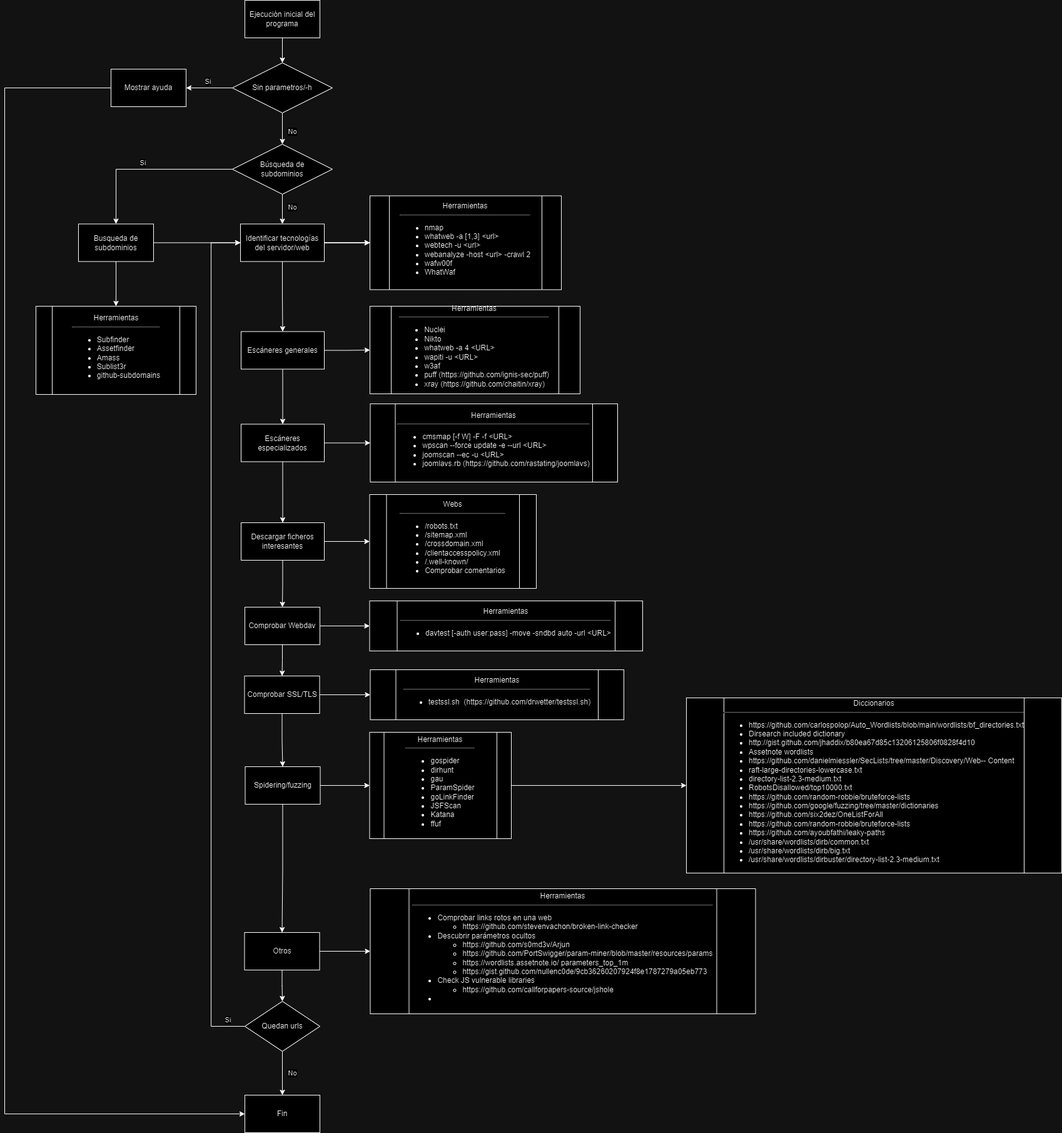
NecaX/EasyHack keeps this draw.io diagram as graphs/Frlujo programa.png. Above is the earlier version. Source tidied: cells renumbered, new cells last; positions are measured from the earlier drawing's top-left corner, leaving out a move shared by most shapes.
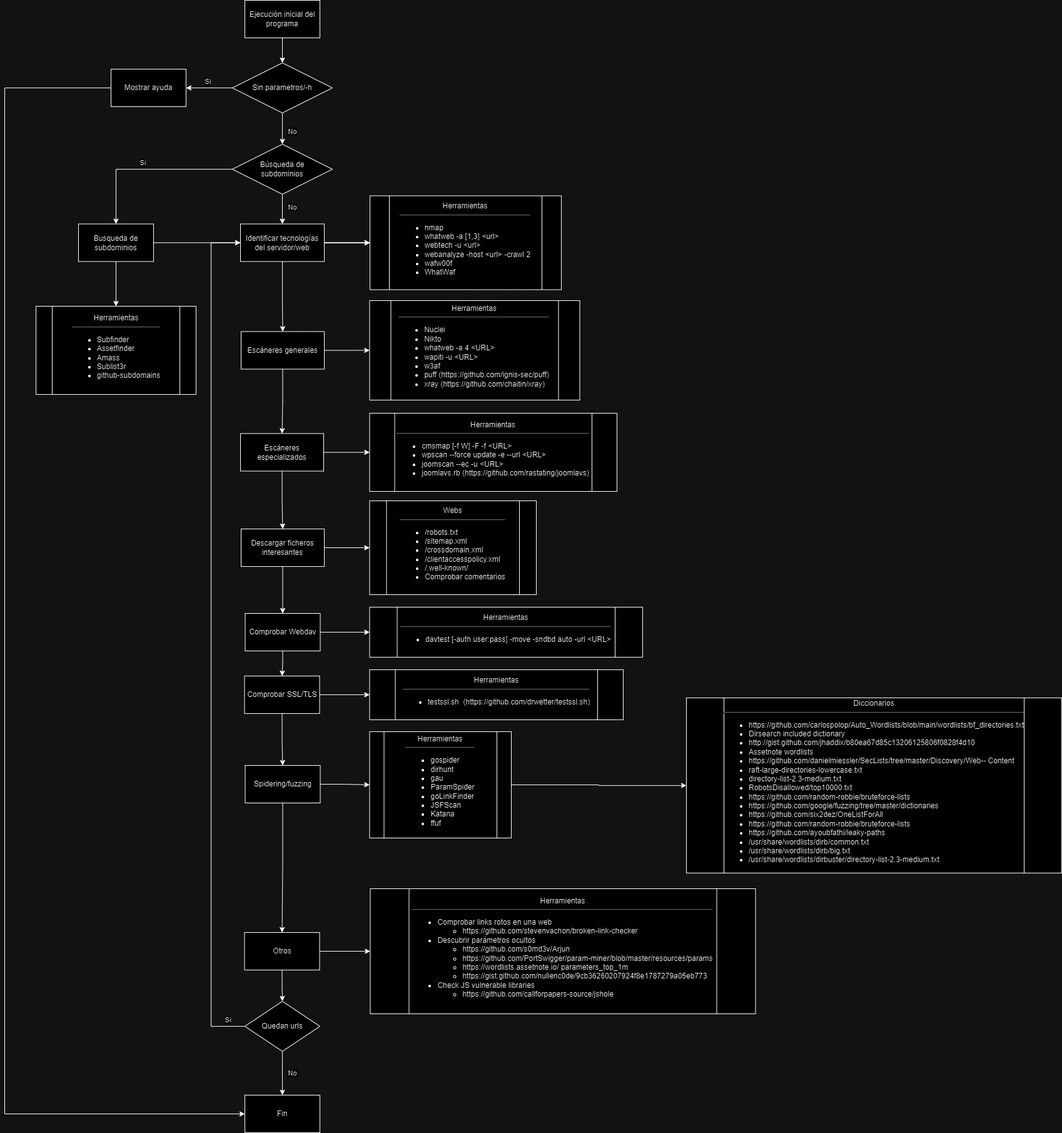
The same file after the commit.

What changed in the source:
```diff
@@ -56,7 +56,7 @@
       <mxGeometry x="378" y="529.5" width="133" height="60" as="geometry" />
     </mxCell>
     <mxCell id="18" value="Herramientas&lt;div&gt;&lt;hr&gt;&lt;/div&gt;&lt;div style=&quot;text-align: left; line-height: 120%;&quot;&gt;&lt;ul&gt;&lt;li&gt;&lt;font style=&quot;font-size: 12px;&quot;&gt;Nuclei&lt;/font&gt;&lt;/li&gt;&lt;li&gt;&lt;font style=&quot;font-size: 12px;&quot;&gt;Nikto&lt;/font&gt;&lt;/li&gt;&lt;li&gt;&lt;font style=&quot;font-size: 12px;&quot;&gt;whatweb -a 4&amp;nbsp;&lt;span style=&quot;background-color: initial;&quot;&gt;&amp;lt;URL&amp;gt;&lt;/span&gt;&lt;/font&gt;&lt;/li&gt;&lt;li&gt;&lt;font style=&quot;font-size: 12px;&quot;&gt;wapiti -u&amp;nbsp;&lt;span style=&quot;background-color: initial;&quot;&gt;&amp;lt;URL&amp;gt;&lt;/span&gt;&lt;/font&gt;&lt;/li&gt;&lt;li&gt;&lt;font style=&quot;font-size: 12px;&quot;&gt;w3af&amp;nbsp;&lt;/font&gt;&lt;/li&gt;&lt;li&gt;&lt;span style=&quot;background-color: initial;&quot;&gt;&lt;font style=&quot;font-size: 12px;&quot;&gt;puff (https://github.com/ignis-sec/puff)&lt;/font&gt;&lt;/span&gt;&lt;/li&gt;&lt;li&gt;&lt;span style=&quot;background-color: initial;&quot;&gt;&lt;font style=&quot;font-size: 12px;&quot;&gt;xray (https://github.com/chaitin/xray)&lt;/font&gt;&lt;/span&gt;&lt;/li&gt;&lt;/ul&gt;&lt;/div&gt;" style="shape=process;whiteSpace=wrap;html=1;backgroundOutline=1;" parent="1" vertex="1">
-      <mxGeometry x="584" y="489" width="336" height="140" as="geometry" />
+      <mxGeometry x="583.5" y="480" width="336" height="159" as="geometry" />
     </mxCell>
     <mxCell id="19" style="edgeStyle=orthogonalEdgeStyle;rounded=0;jettySize=auto;html=1;" parent="1" edge="1" source="21" target="22">
       <mxGeometry relative="1" as="geometry" />
@@ -65,10 +65,10 @@
       <mxGeometry relative="1" as="geometry" />
     </mxCell>
     <mxCell id="21" value="Escáneres especializados" style="whiteSpace=wrap;html=1;" parent="1" vertex="1">
-      <mxGeometry x="378" y="677.5" width="133" height="60" as="geometry" />
+      <mxGeometry x="377" y="692.5" width="133" height="60" as="geometry" />
     </mxCell>
     <mxCell id="22" value="Herramientas&lt;div&gt;&lt;hr&gt;&lt;/div&gt;&lt;span style=&quot;background-color: initial;&quot;&gt;&lt;div style=&quot;&quot;&gt;&lt;ul&gt;&lt;li style=&quot;text-align: left;&quot;&gt;&lt;span style=&quot;background-color: initial;&quot;&gt;cmsmap [-f W] -F -f &amp;lt;URL&amp;gt;&lt;/span&gt;&lt;/li&gt;&lt;li style=&quot;text-align: left;&quot;&gt;&lt;span style=&quot;background-color: initial;&quot;&gt;wpscan --force update -e --url&amp;nbsp;&lt;/span&gt;&lt;span style=&quot;background-color: initial;&quot;&gt;&amp;lt;URL&amp;gt;&lt;/span&gt;&lt;/li&gt;&lt;li style=&quot;text-align: left;&quot;&gt;&lt;span style=&quot;background-color: initial;&quot;&gt;joomscan --ec -u&amp;nbsp;&lt;/span&gt;&lt;span style=&quot;background-color: initial;&quot;&gt;&amp;lt;URL&amp;gt;&lt;/span&gt;&lt;/li&gt;&lt;li style=&quot;text-align: left;&quot;&gt;&lt;span style=&quot;background-color: initial;&quot;&gt;joomlavs.rb&lt;/span&gt;&amp;nbsp;(&lt;span style=&quot;background-color: initial;&quot;&gt;https://github.com/rastating/joomlavs)&lt;/span&gt;&lt;/li&gt;&lt;/ul&gt;&lt;/div&gt;&lt;/span&gt;" style="shape=process;whiteSpace=wrap;html=1;backgroundOutline=1;" parent="1" vertex="1">
-      <mxGeometry x="584.5" y="645" width="395.5" height="125" as="geometry" />
+      <mxGeometry x="583.5" y="660" width="395.5" height="125" as="geometry" />
     </mxCell>
     <mxCell id="23" style="edgeStyle=orthogonalEdgeStyle;rounded=0;jettySize=auto;html=1;" parent="1" edge="1" source="27" target="13">
       <mxGeometry relative="1" as="geometry" />
@@ -99,7 +99,7 @@
       <mxGeometry relative="1" as="geometry" />
     </mxCell>
     <mxCell id="31" value="Descargar ficheros interesantes" style="whiteSpace=wrap;html=1;" parent="1" vertex="1">
-      <mxGeometry x="378" y="835" width="133" height="60" as="geometry" />
+      <mxGeometry x="378" y="845" width="133" height="60" as="geometry" />
     </mxCell>
     <mxCell id="32" style="edgeStyle=orthogonalEdgeStyle;rounded=0;jettySize=auto;html=1;" parent="1" edge="1" source="34" target="35">
       <mxGeometry relative="1" as="geometry" />
@@ -114,7 +114,7 @@
       <mxGeometry x="50" y="489" width="256" height="141" as="geometry" />
     </mxCell>
     <mxCell id="36" value="Webs&lt;hr&gt;&lt;div style=&quot;text-align: left;&quot;&gt;&lt;ul&gt;&lt;li&gt;&lt;span style=&quot;background-color: initial;&quot;&gt;/robots.txt&lt;/span&gt;&lt;/li&gt;&lt;li&gt;/sitemap.xml&lt;/li&gt;&lt;li&gt;/crossdomain.xml&lt;/li&gt;&lt;li&gt;/&lt;span style=&quot;background-color: initial;&quot;&gt;clientaccesspolicy.xml&lt;/span&gt;&lt;/li&gt;&lt;li&gt;/.well-known/&lt;/li&gt;&lt;li&gt;Comprobar comentarios&lt;/li&gt;&lt;/ul&gt;&lt;/div&gt;" style="shape=process;whiteSpace=wrap;html=1;backgroundOutline=1;" parent="1" vertex="1">
-      <mxGeometry x="583.5" y="790" width="266.5" height="150" as="geometry" />
+      <mxGeometry x="583.5" y="800" width="266.5" height="150" as="geometry" />
     </mxCell>
     <mxCell id="37" style="edgeStyle=orthogonalEdgeStyle;rounded=0;jettySize=auto;html=1;" parent="1" edge="1" source="39" target="40">
       <mxGeometry relative="1" as="geometry" />
@@ -123,12 +123,12 @@
       <mxGeometry relative="1" as="geometry" />
     </mxCell>
     <mxCell id="39" value="Comprobar Webdav" style="whiteSpace=wrap;html=1;" parent="1" vertex="1">
-      <mxGeometry x="384" y="970" width="120" height="60" as="geometry" />
+      <mxGeometry x="384.5" y="980" width="120" height="60" as="geometry" />
     </mxCell>
     <mxCell id="40" value="Herramientas&lt;hr&gt;&lt;ul&gt;&lt;li&gt;davtest [-auth user:pass] -move -sndbd auto -url &amp;lt;URL&amp;gt;&lt;/li&gt;&lt;/ul&gt;" style="shape=process;whiteSpace=wrap;html=1;backgroundOutline=1;" parent="1" vertex="1">
-      <mxGeometry x="583.5" y="960" width="436.5" height="80" as="geometry" />
+      <mxGeometry x="583.5" y="970" width="436.5" height="80" as="geometry" />
     </mxCell>
-    <mxCell id="41" value="Herramientas&lt;hr&gt;&lt;div style=&quot;text-align: left;&quot;&gt;&lt;ul&gt;&lt;li&gt;&lt;span style=&quot;background-color: initial;&quot;&gt;Comprobar links rotos en una web&lt;/span&gt;&lt;/li&gt;&lt;ul&gt;&lt;li&gt;&lt;span style=&quot;background-color: initial;&quot;&gt;https://github.com/stevenvachon/broken-link-checker&lt;br&gt;&lt;/span&gt;&lt;/li&gt;&lt;/ul&gt;&lt;li&gt;&lt;span style=&quot;background-color: initial;&quot;&gt;Descubrir parámetros ocultos&lt;/span&gt;&lt;/li&gt;&lt;ul&gt;&lt;li&gt;https://github.com/s0md3v/Arjun&lt;br&gt;&lt;/li&gt;&lt;li&gt;https://github.com/PortSwigger/param-miner/blob/master/resources/params&lt;br&gt;&lt;/li&gt;&lt;li&gt;https://wordlists.assetnote.io/&amp;nbsp;parameters_top_1m&lt;br&gt;&lt;/li&gt;&lt;li&gt;https://gist.github.com/nullenc0de/9cb36260207924f8e1787279a05eb773&lt;br&gt;&lt;/li&gt;&lt;/ul&gt;&lt;li&gt;Check JS vulnerable libraries&lt;/li&gt;&lt;ul&gt;&lt;li&gt;https://github.com/callforpapers-source/jshole&lt;br&gt;&lt;/li&gt;&lt;/ul&gt;&lt;li&gt;&lt;br&gt;&lt;/li&gt;&lt;/ul&gt;&lt;/div&gt;" style="shape=process;whiteSpace=wrap;html=1;backgroundOutline=1;" parent="1" vertex="1">
+    <mxCell id="41" value="Herramientas&lt;hr&gt;&lt;div style=&quot;text-align: left;&quot;&gt;&lt;ul&gt;&lt;li&gt;&lt;span style=&quot;background-color: initial;&quot;&gt;Comprobar links rotos en una web&lt;/span&gt;&lt;/li&gt;&lt;ul&gt;&lt;li&gt;&lt;span style=&quot;background-color: initial;&quot;&gt;https://github.com/stevenvachon/broken-link-checker&lt;br&gt;&lt;/span&gt;&lt;/li&gt;&lt;/ul&gt;&lt;li&gt;&lt;span style=&quot;background-color: initial;&quot;&gt;Descubrir parámetros ocultos&lt;/span&gt;&lt;/li&gt;&lt;ul&gt;&lt;li&gt;https://github.com/s0md3v/Arjun&lt;br&gt;&lt;/li&gt;&lt;li&gt;https://github.com/PortSwigger/param-miner/blob/master/resources/params&lt;br&gt;&lt;/li&gt;&lt;li&gt;https://wordlists.assetnote.io/&amp;nbsp;parameters_top_1m&lt;br&gt;&lt;/li&gt;&lt;li&gt;https://gist.github.com/nullenc0de/9cb36260207924f8e1787279a05eb773&lt;br&gt;&lt;/li&gt;&lt;/ul&gt;&lt;li&gt;Check JS vulnerable libraries&lt;/li&gt;&lt;ul&gt;&lt;li&gt;https://github.com/callforpapers-source/jshole&lt;/li&gt;&lt;/ul&gt;&lt;/ul&gt;&lt;/div&gt;" style="shape=process;whiteSpace=wrap;html=1;backgroundOutline=1;" parent="1" vertex="1">
       <mxGeometry x="584.5" y="1420" width="616" height="200" as="geometry" />
     </mxCell>
     <mxCell id="42" style="edgeStyle=orthogonalEdgeStyle;rounded=0;jettySize=auto;html=1;" parent="1" edge="1" source="44" target="45">
@@ -141,7 +141,7 @@
       <mxGeometry x="383.5" y="1080" width="120" height="60" as="geometry" />
     </mxCell>
     <mxCell id="45" value="Herramientas&lt;hr&gt;&lt;div style=&quot;text-align: left;&quot;&gt;&lt;ul&gt;&lt;li&gt;&lt;span style=&quot;background-color: initial;&quot;&gt;testssl.sh&amp;nbsp;&lt;/span&gt;&amp;nbsp;(https://github.com/drwetter/testssl.sh)&lt;/li&gt;&lt;/ul&gt;&lt;/div&gt;" style="shape=process;whiteSpace=wrap;html=1;backgroundOutline=1;" parent="1" vertex="1">
-      <mxGeometry x="584.5" y="1070" width="405.5" height="80" as="geometry" />
+      <mxGeometry x="583.5" y="1070" width="405.5" height="80" as="geometry" />
     </mxCell>
     <mxCell id="46" style="edgeStyle=orthogonalEdgeStyle;rounded=0;jettySize=auto;html=1;" parent="1" edge="1" source="48" target="50">
       <mxGeometry relative="1" as="geometry" />
@@ -150,13 +150,13 @@
       <mxGeometry relative="1" as="geometry" />
     </mxCell>
     <mxCell id="48" value="Spidering/fuzzing" style="whiteSpace=wrap;html=1;" parent="1" vertex="1">
-      <mxGeometry x="384.5" y="1225" width="120" height="60" as="geometry" />
+      <mxGeometry x="384.5" y="1223" width="120" height="60" as="geometry" />
     </mxCell>
     <mxCell id="49" style="edgeStyle=orthogonalEdgeStyle;rounded=0;jettySize=auto;html=1;" parent="1" edge="1" source="50" target="51">
       <mxGeometry relative="1" as="geometry" />
     </mxCell>
     <mxCell id="50" value="Herramientas&lt;hr&gt;&lt;div style=&quot;text-align: left;&quot;&gt;&lt;ul&gt;&lt;li&gt;&lt;span style=&quot;background-color: initial;&quot;&gt;gospider&lt;/span&gt;&lt;/li&gt;&lt;li&gt;dirhunt&lt;/li&gt;&lt;li&gt;gau&lt;/li&gt;&lt;li&gt;ParamSpider&lt;/li&gt;&lt;li&gt;goLinkFinder&lt;/li&gt;&lt;li&gt;JSFScan&lt;/li&gt;&lt;li&gt;Katana&lt;/li&gt;&lt;li&gt;ffuf&lt;/li&gt;&lt;/ul&gt;&lt;/div&gt;" style="shape=process;whiteSpace=wrap;html=1;backgroundOutline=1;" parent="1" vertex="1">
-      <mxGeometry x="583.5" y="1170" width="226.5" height="170" as="geometry" />
+      <mxGeometry x="583.5" y="1169" width="226.5" height="170" as="geometry" />
     </mxCell>
     <mxCell id="51" value="Diccionarios&lt;hr&gt;&lt;div style=&quot;text-align: left;&quot;&gt;&lt;ul&gt;&lt;li&gt;https://github.com/carlospolop/Auto_Wordlists/blob/main/wordlists/bf_directories.txt&lt;/li&gt;&lt;li&gt;Dirsearch included dictionary&lt;/li&gt;&lt;li&gt;http://gist.github.com/jhaddix/b80ea67d85c13206125806f0828f4d10&lt;/li&gt;&lt;li&gt;Assetnote wordlists&lt;/li&gt;&lt;li&gt;https://github.com/danielmiessler/SecLists/tree/master/Discovery/Web-- Content&lt;/li&gt;&lt;li&gt;raft-large-directories-lowercase.txt&lt;/li&gt;&lt;li&gt;directory-list-2.3-medium.txt&lt;/li&gt;&lt;li&gt;RobotsDisallowed/top10000.txt&lt;/li&gt;&lt;li&gt;https://github.com/random-robbie/bruteforce-lists&lt;/li&gt;&lt;li&gt;https://github.com/google/fuzzing/tree/master/dictionaries&lt;/li&gt;&lt;li&gt;https://github.com/six2dez/OneListForAll&lt;/li&gt;&lt;li&gt;https://github.com/random-robbie/bruteforce-lists&lt;/li&gt;&lt;li&gt;https://github.com/ayoubfathi/leaky-paths&lt;/li&gt;&lt;li&gt;/usr/share/wordlists/dirb/common.txt&lt;/li&gt;&lt;li&gt;/usr/share/wordlists/dirb/big.txt&lt;/li&gt;&lt;li&gt;/usr/share/wordlists/dirbuster/directory-list-2.3-medium.txt&lt;/li&gt;&lt;/ul&gt;&lt;/div&gt;" style="shape=process;whiteSpace=wrap;html=1;backgroundOutline=1;align=center;" parent="1" vertex="1">
       <mxGeometry x="1090" y="1115" width="600" height="280" as="geometry" />
```
